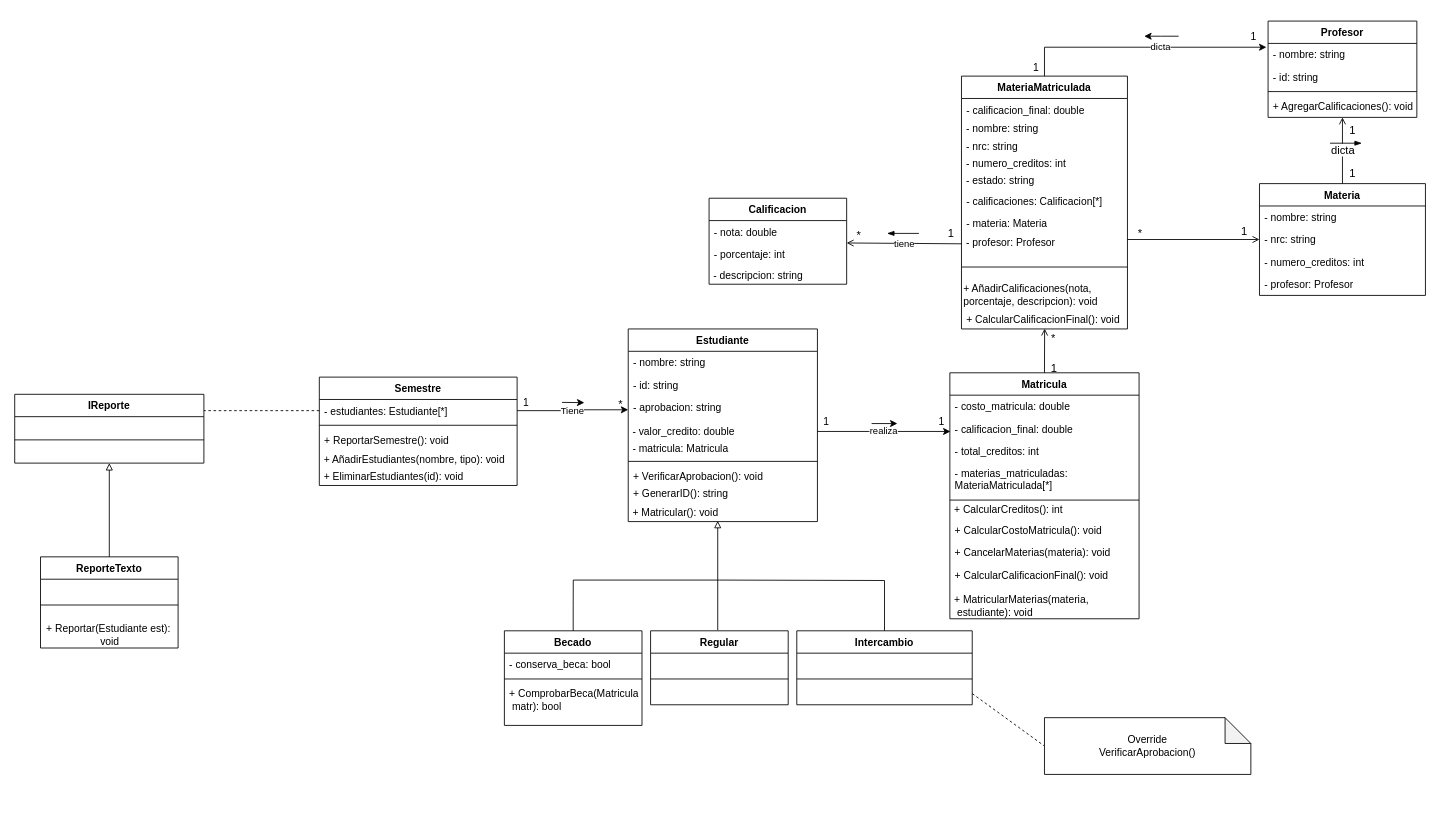
This is Diagrama UML Proyecto.drawio from samuelperezh/sistema-universitario-poo, a draw.io file, before an edit. Source tidied: cells renumbered, new cells numbered last; positions are measured from the earlier drawing's top-left corner, leaving out a move shared by most shapes. Both pictures are drawn from the tidied source at 86%, with x=0, y=0 at pixel (15, 21).
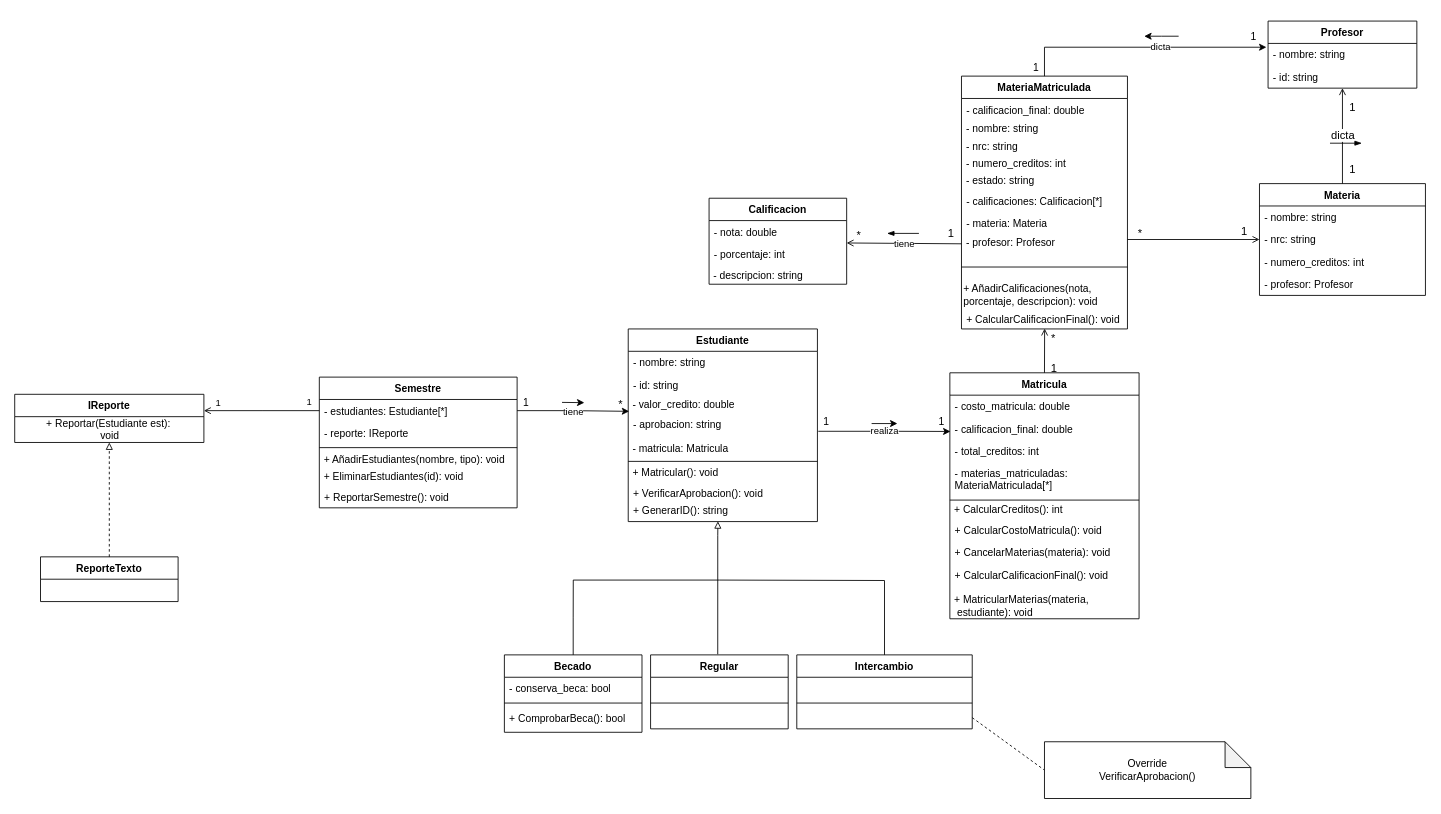
The same page after the edit.

The change refers to these unchanged cells:
```xml
<mxCell id="7" value="- calificacion_final: double" style="text;strokeColor=none;fillColor=none;align=left;verticalAlign=top;spacingLeft=4;spacingRight=4;overflow=hidden;points=[[0,0.5],[1,0.5]];portConstraint=eastwest;" parent="5" vertex="1">
  <mxGeometry y="52" width="220" height="26" as="geometry" />
</mxCell>
<mxCell id="16" value="Estudiante" style="swimlane;fontStyle=1;align=center;verticalAlign=top;horizontal=1;startSize=26;fillColor=none;" parent="1" vertex="1">
  <mxGeometry x="713" y="358" width="220" height="224" as="geometry" />
</mxCell>
<mxCell id="74" value="- estudiantes: Estudiante[*]" style="text;strokeColor=none;fillColor=none;align=left;verticalAlign=top;spacingLeft=4;spacingRight=4;overflow=hidden;points=[[0,0.5],[1,0.5]];portConstraint=eastwest;" parent="73" vertex="1">
  <mxGeometry y="26" width="230" height="26" as="geometry" />
</mxCell>
<mxCell id="104" value="1" style="text;html=1;align=center;verticalAlign=middle;points=[];strokeColor=none;fillColor=none;" parent="1" vertex="1">
  <mxGeometry x="933" y="456" width="20" height="20" as="geometry" />
</mxCell>
```

The edit, as a diff of the source:
```diff
@@
+    <mxCell id="20" value="&amp;nbsp;- valor_credito: double" style="text;html=1;align=left;verticalAlign=middle;points=[];strokeColor=none;fillColor=none;" parent="16" vertex="1">
+      <mxGeometry y="78" width="220" height="20" as="geometry" />
+    </mxCell>
     <mxCell id="19" value="- aprobacion: string" style="text;strokeColor=none;fillColor=none;align=left;verticalAlign=top;spacingLeft=4;spacingRight=4;overflow=hidden;points=[[0,0.5],[1,0.5]];portConstraint=eastwest;" parent="16" vertex="1">
-      <mxGeometry y="78" width="220" height="32" as="geometry" />
+      <mxGeometry y="98" width="220" height="32" as="geometry" />
     </mxCell>
-    <mxCell id="20" value="&amp;nbsp;- valor_credito: double" style="text;html=1;align=left;verticalAlign=middle;points=[];strokeColor=none;fillColor=none;" parent="16" vertex="1">
-      <mxGeometry y="110" width="220" height="20" as="geometry" />
-    </mxCell>
@@
+    <mxCell id="25" value="&amp;nbsp;+ Matricular(): void" style="text;html=1;align=left;verticalAlign=middle;points=[];strokeColor=none;fillColor=none;" parent="16" vertex="1">
+      <mxGeometry y="158" width="220" height="20" as="geometry" />
+    </mxCell>
     <mxCell id="23" value="+ VerificarAprobacion(): void" style="text;strokeColor=none;fillColor=none;align=left;verticalAlign=top;spacingLeft=4;spacingRight=4;overflow=hidden;" parent="16" vertex="1">
-      <mxGeometry y="158" width="220" height="20" as="geometry" />
+      <mxGeometry y="178" width="220" height="20" as="geometry" />
     </mxCell>
     <mxCell id="24" value="+ GenerarID(): string" style="text;strokeColor=none;fillColor=none;align=left;verticalAlign=top;spacingLeft=4;spacingRight=4;overflow=hidden;points=[[0,0.5],[1,0.5]];portConstraint=eastwest;" parent="16" vertex="1">
-      <mxGeometry y="178" width="220" height="26" as="geometry" />
+      <mxGeometry y="198" width="220" height="26" as="geometry" />
     </mxCell>
-    <mxCell id="25" value="&amp;nbsp;+ Matricular(): void" style="text;html=1;align=left;verticalAlign=middle;points=[];strokeColor=none;fillColor=none;" parent="16" vertex="1">
-      <mxGeometry y="204" width="220" height="20" as="geometry" />
-    </mxCell>
     <mxCell id="26" value="Becado" style="swimlane;fontStyle=1;align=center;verticalAlign=top;horizontal=1;startSize=26;fillColor=none;" parent="1" vertex="1">
-      <mxGeometry x="569" y="709" width="160" height="110" as="geometry" />
+      <mxGeometry x="569" y="737" width="160" height="90" as="geometry" />
     </mxCell>
@@
-    <mxCell id="29" value="+ ComprobarBeca(Matricula&#10; matr): bool" style="text;strokeColor=none;fillColor=none;align=left;verticalAlign=top;spacingLeft=4;spacingRight=4;overflow=hidden;" parent="26" vertex="1">
-      <mxGeometry y="60" width="160" height="50" as="geometry" />
+    <mxCell id="29" value="+ ComprobarBeca(): bool" style="text;strokeColor=none;fillColor=none;align=left;verticalAlign=top;spacingLeft=4;spacingRight=4;overflow=hidden;" parent="26" vertex="1">
+      <mxGeometry y="60" width="160" height="30" as="geometry" />
     </mxCell>
-    <mxCell id="30" style="edgeStyle=orthogonalEdgeStyle;rounded=0;jettySize=auto;html=1;endArrow=block;endFill=0;strokeWidth=1;exitX=0.488;exitY=-0.008;exitDx=0;exitDy=0;exitPerimeter=0;entryX=0.473;entryY=0.957;entryDx=0;entryDy=0;entryPerimeter=0;" parent="1" edge="1" source="31" target="25">
-      <mxGeometry relative="1" as="geometry" />
+    <mxCell id="30" style="edgeStyle=orthogonalEdgeStyle;rounded=0;jettySize=auto;html=1;endArrow=block;endFill=0;strokeWidth=1;exitX=0.488;exitY=-0.008;exitDx=0;exitDy=0;exitPerimeter=0;entryX=0.474;entryY=0.987;entryDx=0;entryDy=0;entryPerimeter=0;" parent="1" edge="1" source="31" target="24">
+      <mxGeometry relative="1" as="geometry">
+        <Array as="points">
+          <mxPoint x="817" y="598" />
+        </Array>
+      </mxGeometry>
     </mxCell>
     <mxCell id="31" value="Regular" style="swimlane;fontStyle=1;align=center;verticalAlign=top;horizontal=1;startSize=26;fillColor=none;" parent="1" vertex="1">
-      <mxGeometry x="739" y="709" width="160" height="86" as="geometry" />
+      <mxGeometry x="739" y="737" width="160" height="86" as="geometry" />
     </mxCell>
@@
     <mxCell id="36" value="Intercambio" style="swimlane;fontStyle=1;align=center;verticalAlign=top;horizontal=1;startSize=26;fillColor=none;" parent="1" vertex="1">
-      <mxGeometry x="909" y="709" width="204" height="86" as="geometry" />
+      <mxGeometry x="909" y="737" width="204" height="86" as="geometry" />
     </mxCell>
@@
     <mxCell id="57" value="Override&lt;br&gt;VerificarAprobacion()" style="shape=note;whiteSpace=wrap;html=1;backgroundOutline=1;darkOpacity=0.05;" parent="1" vertex="1">
-      <mxGeometry x="1197" y="810" width="240" height="66" as="geometry" />
+      <mxGeometry x="1197" y="838" width="240" height="66" as="geometry" />
     </mxCell>
@@
     <mxCell id="64" value="Profesor" style="swimlane;fontStyle=1;align=center;verticalAlign=top;horizontal=1;startSize=26;fillColor=none;" parent="1" vertex="1">
-      <mxGeometry x="1457" width="173" height="112" as="geometry" />
+      <mxGeometry x="1457" width="173" height="78" as="geometry" />
     </mxCell>
@@
-    <mxCell id="67" style="line;strokeWidth=1;fillColor=none;align=left;verticalAlign=middle;spacingTop=-1;spacingLeft=3;spacingRight=3;labelPosition=right;" parent="64" vertex="1">
-      <mxGeometry y="78" width="173" height="8" as="geometry" />
-    </mxCell>
-    <mxCell id="68" value="+ AgregarCalificaciones(): void" style="text;strokeColor=none;fillColor=none;align=left;verticalAlign=top;spacingLeft=4;spacingRight=4;overflow=hidden;" parent="64" vertex="1">
-      <mxGeometry y="86" width="173" height="26" as="geometry" />
-    </mxCell>
@@
     <mxCell id="73" value="Semestre" style="swimlane;fontStyle=1;align=center;verticalAlign=top;horizontal=1;startSize=26;fillColor=none;" parent="1" vertex="1">
-      <mxGeometry x="353.8" y="414" width="230" height="126" as="geometry" />
+      <mxGeometry x="353.8" y="414" width="230" height="152" as="geometry" />
     </mxCell>
@@
+    <mxCell id="112" value="- reporte: IReporte" style="text;strokeColor=none;fillColor=none;align=left;verticalAlign=top;spacingLeft=4;spacingRight=4;overflow=hidden;" parent="73" vertex="1">
+      <mxGeometry y="52" width="230" height="26" as="geometry" />
+    </mxCell>
     <mxCell id="75" style="line;strokeWidth=1;fillColor=none;align=left;verticalAlign=middle;spacingTop=-1;spacingLeft=3;spacingRight=3;labelPosition=right;" parent="73" vertex="1">
-      <mxGeometry y="52" width="230" height="8" as="geometry" />
+      <mxGeometry y="78" width="230" height="8" as="geometry" />
     </mxCell>
-    <mxCell id="76" value="+ ReportarSemestre(): void" style="text;strokeColor=none;fillColor=none;align=left;verticalAlign=top;spacingLeft=4;spacingRight=4;overflow=hidden;" parent="73" vertex="1">
-      <mxGeometry y="60" width="230" height="26" as="geometry" />
-    </mxCell>
@@
+    <mxCell id="76" value="+ ReportarSemestre(): void" style="text;strokeColor=none;fillColor=none;align=left;verticalAlign=top;spacingLeft=4;spacingRight=4;overflow=hidden;" parent="73" vertex="1">
+      <mxGeometry y="126" width="230" height="26" as="geometry" />
+    </mxCell>
@@
-    <mxCell id="80" value="Tiene" style="edgeStyle=orthogonalEdgeStyle;rounded=0;jettySize=auto;html=1;entryX=0;entryY=0.5;entryDx=0;entryDy=0;" parent="1" edge="1" source="74" target="19">
+    <mxCell id="80" value="tiene" style="edgeStyle=orthogonalEdgeStyle;rounded=0;jettySize=auto;html=1;entryX=0.005;entryY=0.89;entryDx=0;entryDy=0;entryPerimeter=0;" parent="1" edge="1" source="74" target="20">
       <mxGeometry relative="1" as="geometry" />
     </mxCell>
@@
     <mxCell id="82" value="IReporte" style="swimlane;fontStyle=1;align=center;verticalAlign=top;horizontal=1;startSize=26;fillColor=none;" parent="1" vertex="1">
-      <mxGeometry x="-0.4" y="434" width="220" height="80" as="geometry" />
+      <mxGeometry x="-0.4" y="434" width="220" height="56" as="geometry" />
     </mxCell>
-    <mxCell id="83" style="line;strokeWidth=1;fillColor=none;align=left;verticalAlign=middle;spacingTop=-1;spacingLeft=3;spacingRight=3;labelPosition=right;" parent="82" vertex="1">
-      <mxGeometry y="26" width="220" height="54" as="geometry" />
-    </mxCell>
+    <mxCell id="111" value="+ Reportar(Estudiante est):&amp;nbsp;&lt;br&gt;void" style="text;html=1;align=center;verticalAlign=middle;strokeColor=none;fillColor=none;" parent="82" vertex="1">
+      <mxGeometry y="26" width="220" height="30" as="geometry" />
+    </mxCell>
-    <mxCell id="84" style="edgeStyle=orthogonalEdgeStyle;rounded=0;jettySize=auto;html=1;entryX=1;entryY=0.5;entryDx=0;entryDy=0;dashed=1;endArrow=none;endFill=0;" parent="1" edge="1" source="74">
+    <mxCell id="84" style="edgeStyle=orthogonalEdgeStyle;rounded=0;jettySize=auto;html=1;entryX=1;entryY=0.5;entryDx=0;entryDy=0;endArrow=open;endFill=0;startArrow=none;startFill=0;" parent="1" edge="1" source="74">
       <mxGeometry relative="1" as="geometry">
         <mxPoint x="219.6" y="453" as="targetPoint" />
       </mxGeometry>
     </mxCell>
+    <mxCell id="113" value="1" style="edgeLabel;html=1;align=center;verticalAlign=middle;" parent="84" vertex="1">
+      <mxGeometry x="0.79" relative="1" as="geometry">
+        <mxPoint x="2" y="-10" as="offset" />
+      </mxGeometry>
+    </mxCell>
+    <mxCell id="114" value="1" style="edgeLabel;html=1;align=center;verticalAlign=middle;" parent="84" vertex="1">
+      <mxGeometry x="-0.86" y="1" relative="1" as="geometry">
+        <mxPoint x="-3" y="-12" as="offset" />
+      </mxGeometry>
+    </mxCell>
@@
-    <mxCell id="102" value="realiza" style="edgeStyle=orthogonalEdgeStyle;rounded=0;jettySize=auto;html=1;entryX=0.003;entryY=0.623;entryDx=0;entryDy=0;entryPerimeter=0;" parent="1" edge="1" source="20" target="7">
+    <mxCell id="102" value="realiza" style="edgeStyle=orthogonalEdgeStyle;rounded=0;jettySize=auto;html=1;entryX=0.003;entryY=0.623;entryDx=0;entryDy=0;entryPerimeter=0;exitX=0.05;exitY=1.05;exitDx=0;exitDy=0;exitPerimeter=0;" parent="1" edge="1" source="104" target="7">
       <mxGeometry relative="1" as="geometry">
         <Array as="points">
-          <mxPoint x="1043" y="478" />
+          <mxPoint x="1020" y="478" />
         </Array>
       </mxGeometry>
     </mxCell>
@@
-    <mxCell id="106" style="edgeStyle=orthogonalEdgeStyle;rounded=0;jettySize=auto;html=1;endArrow=block;endFill=0;entryX=0.5;entryY=1;entryDx=0;entryDy=0;" parent="1" edge="1" source="107" target="82">
+    <mxCell id="106" style="edgeStyle=orthogonalEdgeStyle;rounded=0;jettySize=auto;html=1;endArrow=block;endFill=0;entryX=0.5;entryY=1;entryDx=0;entryDy=0;dashed=1;" parent="1" edge="1" source="107" target="82">
       <mxGeometry relative="1" as="geometry" />
     </mxCell>
     <mxCell id="107" value="ReporteTexto" style="swimlane;fontStyle=1;align=center;verticalAlign=top;horizontal=1;startSize=26;fillColor=none;" parent="1" vertex="1">
-      <mxGeometry x="29.6" y="623" width="160" height="106" as="geometry" />
+      <mxGeometry x="29.6" y="623" width="160" height="52" as="geometry" />
     </mxCell>
@@
-    <mxCell id="109" style="line;strokeWidth=1;fillColor=none;align=left;verticalAlign=middle;spacingTop=-1;spacingLeft=3;spacingRight=3;labelPosition=right;" parent="107" vertex="1">
-      <mxGeometry y="52" width="160" height="8" as="geometry" />
-    </mxCell>
-    <mxCell id="110" value=" " style="text;strokeColor=none;fillColor=none;align=left;verticalAlign=top;spacingLeft=4;spacingRight=4;overflow=hidden;" parent="107" vertex="1">
-      <mxGeometry y="60" width="160" height="16" as="geometry" />
-    </mxCell>
-    <mxCell id="111" value="+ Reportar(Estudiante est):&amp;nbsp;&lt;br&gt;void" style="text;html=1;align=center;verticalAlign=middle;strokeColor=none;fillColor=none;" parent="107" vertex="1">
-      <mxGeometry y="76" width="160" height="30" as="geometry" />
-    </mxCell>
```
